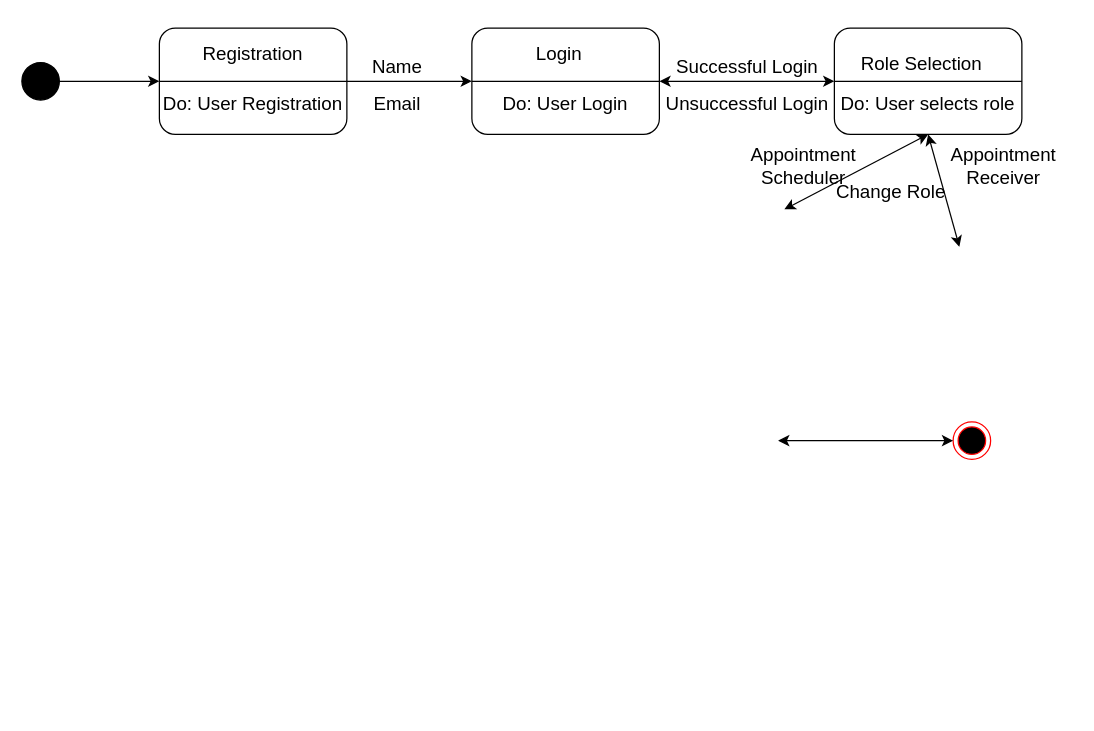
Earlier version of the draw.io diagram StateDiagram v1.drawio (Yash7200/CP-1). Source tidied: cells renumbered, new cells numbered last; positions are measured from the earlier drawing's top-left corner, leaving out a move shared by most shapes. Both pictures are drawn from the tidied source at 125%, with x=0, y=0 at pixel (21, 21).
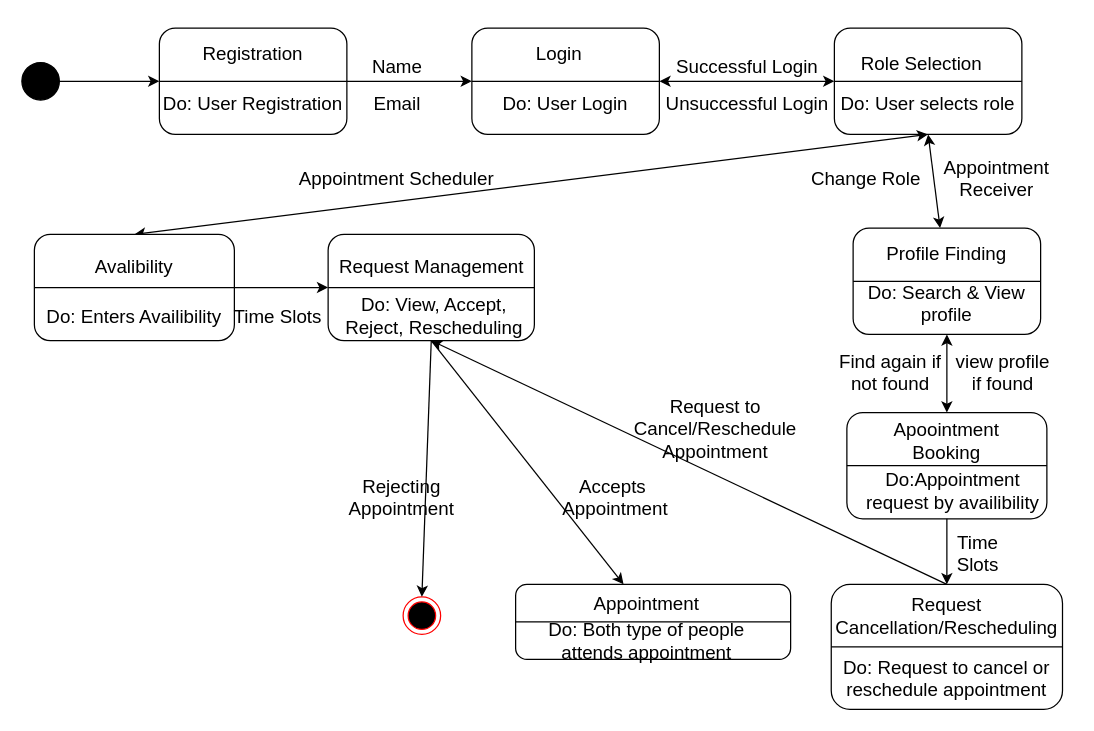
The same diagram, later.

Unchanged cells that the change refers to:
```xml
<mxCell id="18" style="rounded=1;whiteSpace=wrap;html=1;fontSize=12;fontColor=#000000;verticalAlign=top;" parent="1" vertex="1">
  <mxGeometry x="650" y="5" width="150" height="85" as="geometry" />
</mxCell>
```

What changed in the source:
```diff
@@
     <mxCell id="4" style="ellipse;html=1;shape=endState;fillColor=#000000;strokeColor=#ff0000;fontSize=12;fontColor=#000000;" parent="1" vertex="1">
-      <mxGeometry x="745" y="320" width="30" height="30" as="geometry" />
+      <mxGeometry x="305" y="460" width="30" height="30" as="geometry" />
     </mxCell>
-    <mxCell id="5" style="endArrow=classic;startArrow=classic;html=1;rounded=0;labelBorderColor=none;strokeColor=#000000;fontSize=12;fontColor=#000000;entryX=0;entryY=0.5;entryDx=0;entryDy=0;" parent="1" edge="1" target="4">
-      <mxGeometry relative="1" as="geometry">
-        <mxPoint x="605" y="335" as="sourcePoint" />
-      </mxGeometry>
-    </mxCell>
@@
-    <mxCell id="24" style="endArrow=classic;startArrow=classic;html=1;rounded=0;labelBorderColor=none;strokeColor=#000000;fontSize=12;fontColor=#000000;exitX=0.5;exitY=1;exitDx=0;exitDy=0;" parent="1" edge="1" source="18">
-      <mxGeometry relative="1" as="geometry">
-        <mxPoint x="750" y="180" as="targetPoint" />
-      </mxGeometry>
+    <mxCell id="24" style="endArrow=classic;startArrow=classic;html=1;rounded=0;labelBorderColor=none;strokeColor=#000000;fontSize=12;fontColor=#000000;exitX=0.5;exitY=1;exitDx=0;exitDy=0;" parent="1" edge="1" source="18" target="40">
+      <mxGeometry relative="1" as="geometry" />
     </mxCell>
-    <mxCell id="25" style="endArrow=classic;startArrow=classic;html=1;rounded=0;labelBorderColor=none;strokeColor=#000000;fontSize=12;fontColor=#000000;entryX=0.5;entryY=1;entryDx=0;entryDy=0;" parent="1" edge="1" target="18">
-      <mxGeometry relative="1" as="geometry">
-        <mxPoint x="610" y="150" as="sourcePoint" />
-      </mxGeometry>
+    <mxCell id="25" style="endArrow=classic;startArrow=classic;html=1;rounded=0;labelBorderColor=none;strokeColor=#000000;fontSize=12;fontColor=#000000;entryX=0.5;entryY=1;entryDx=0;entryDy=0;exitX=0.5;exitY=0;exitDx=0;exitDy=0;" parent="1" edge="1" source="29" target="18">
+      <mxGeometry relative="1" as="geometry" />
     </mxCell>
+    <mxCell id="27" value="Change Role" style="text;html=1;align=center;verticalAlign=middle;strokeColor=none;fillColor=none;fontSize=15;fontColor=#000000;" parent="1" vertex="1">
+      <mxGeometry x="620" y="110" width="110" height="30" as="geometry" />
+    </mxCell>
+    <mxCell id="29" style="rounded=1;whiteSpace=wrap;html=1;fontSize=12;fontColor=#000000;verticalAlign=top;" parent="1" vertex="1">
+      <mxGeometry x="10" y="170" width="160" height="85" as="geometry" />
+    </mxCell>
+    <mxCell id="30" style="endArrow=none;html=1;rounded=0;labelBorderColor=none;strokeColor=#000000;fontSize=15;fontColor=#000000;exitX=0;exitY=0.5;exitDx=0;exitDy=0;entryX=1;entryY=0.5;entryDx=0;entryDy=0;" parent="1" edge="1" source="29" target="29">
+      <mxGeometry relative="1" as="geometry" />
+    </mxCell>
+    <mxCell id="31" value="Do: Enters Availibility " style="text;html=1;strokeColor=none;fillColor=none;align=center;verticalAlign=middle;whiteSpace=wrap;rounded=0;fontSize=15;fontColor=#000000;" parent="1" vertex="1">
+      <mxGeometry x="15" y="220" width="150" height="30" as="geometry" />
+    </mxCell>
+    <mxCell id="32" value="Avalibility" style="text;html=1;strokeColor=none;fillColor=none;align=center;verticalAlign=middle;whiteSpace=wrap;rounded=0;fontSize=15;fontColor=#000000;" parent="1" vertex="1">
+      <mxGeometry x="60" y="180" width="60" height="30" as="geometry" />
+    </mxCell>
-    <mxCell id="26" value="&lt;div&gt;Appointment &lt;br&gt;&lt;/div&gt;&lt;div&gt;Scheduler&lt;br&gt;&lt;/div&gt;" style="text;html=1;align=center;verticalAlign=middle;strokeColor=none;fillColor=none;fontSize=15;fontColor=#000000;rotation=0;" parent="1" vertex="1">
-      <mxGeometry x="570" y="90" width="110" height="50" as="geometry" />
+    <mxCell id="26" value="&lt;div&gt;Appointment Scheduler&lt;br&gt;&lt;/div&gt;" style="text;html=1;strokeColor=none;fillColor=none;align=center;verticalAlign=middle;whiteSpace=wrap;rounded=0;fontSize=15;fontColor=#000000;" parent="1" vertex="1">
+      <mxGeometry x="185" y="110" width="230" height="30" as="geometry" />
     </mxCell>
-    <mxCell id="27" value="Change Role" style="text;html=1;align=center;verticalAlign=middle;strokeColor=none;fillColor=none;fontSize=15;fontColor=#000000;" parent="1" vertex="1">
-      <mxGeometry x="640" y="120" width="110" height="30" as="geometry" />
-    </mxCell>
-    <mxCell id="28" value="&lt;div&gt;Appointment &lt;br&gt;&lt;/div&gt;&lt;div&gt;Receiver&lt;br&gt;&lt;/div&gt;" style="text;html=1;align=center;verticalAlign=middle;strokeColor=none;fillColor=none;fontSize=15;fontColor=#000000;rotation=0;" parent="1" vertex="1">
-      <mxGeometry x="730" y="90" width="110" height="50" as="geometry" />
+    <mxCell id="28" value="&lt;div&gt;Appointment&lt;/div&gt;&lt;div&gt;Receiver&lt;/div&gt;" style="text;html=1;strokeColor=none;fillColor=none;align=center;verticalAlign=middle;whiteSpace=wrap;rounded=0;fontSize=15;fontColor=#000000;" parent="1" vertex="1">
+      <mxGeometry x="735" y="110" width="90" height="30" as="geometry" />
     </mxCell>
+    <mxCell id="33" style="endArrow=classic;html=1;rounded=0;labelBorderColor=none;strokeColor=#000000;fontSize=15;fontColor=#000000;exitX=1;exitY=0.5;exitDx=0;exitDy=0;entryX=0;entryY=0.5;entryDx=0;entryDy=0;" parent="1" edge="1" source="29" target="34">
+      <mxGeometry relative="1" as="geometry" />
+    </mxCell>
+    <mxCell id="34" style="rounded=1;whiteSpace=wrap;html=1;fontSize=12;fontColor=#000000;verticalAlign=top;" parent="1" vertex="1">
+      <mxGeometry x="245" y="170" width="165" height="85" as="geometry" />
+    </mxCell>
+    <mxCell id="35" style="endArrow=none;html=1;rounded=0;labelBorderColor=none;strokeColor=#000000;fontSize=15;fontColor=#000000;exitX=0;exitY=0.5;exitDx=0;exitDy=0;entryX=1;entryY=0.5;entryDx=0;entryDy=0;" parent="1" edge="1" source="34" target="34">
+      <mxGeometry relative="1" as="geometry" />
+    </mxCell>
+    <mxCell id="36" value="Time Slots" style="text;html=1;strokeColor=none;fillColor=none;align=center;verticalAlign=middle;whiteSpace=wrap;rounded=0;fontSize=15;fontColor=#000000;" parent="1" vertex="1">
+      <mxGeometry x="165" y="220" width="80" height="30" as="geometry" />
+    </mxCell>
+    <mxCell id="37" value="Request Management" style="text;html=1;strokeColor=none;fillColor=none;align=center;verticalAlign=middle;whiteSpace=wrap;rounded=0;fontSize=15;fontColor=#000000;" parent="1" vertex="1">
+      <mxGeometry x="252.5" y="180" width="150" height="30" as="geometry" />
+    </mxCell>
+    <mxCell id="38" value="Do: View, Accept, Reject, Rescheduling" style="text;html=1;strokeColor=none;fillColor=none;align=center;verticalAlign=middle;whiteSpace=wrap;rounded=0;fontSize=15;fontColor=#000000;" parent="1" vertex="1">
+      <mxGeometry x="255" y="220" width="150" height="30" as="geometry" />
+    </mxCell>
+    <mxCell id="39" value="&lt;div&gt;Rejecting&lt;/div&gt;&lt;div&gt;Appointment&lt;br&gt;&lt;/div&gt;" style="text;html=1;strokeColor=none;fillColor=none;align=center;verticalAlign=middle;whiteSpace=wrap;rounded=0;fontSize=15;fontColor=#000000;" parent="1" vertex="1">
+      <mxGeometry x="260" y="360" width="87.5" height="40" as="geometry" />
+    </mxCell>
+    <mxCell id="40" style="rounded=1;whiteSpace=wrap;html=1;strokeColor=default;fontSize=15;fontColor=#000000;fillColor=default;" parent="1" vertex="1">
+      <mxGeometry x="665" y="165" width="150" height="85" as="geometry" />
+    </mxCell>
+    <mxCell id="41" style="endArrow=none;html=1;rounded=0;labelBorderColor=none;strokeColor=#000000;fontSize=15;fontColor=#000000;entryX=1;entryY=0.5;entryDx=0;entryDy=0;exitX=0;exitY=0.5;exitDx=0;exitDy=0;" parent="1" edge="1" source="40" target="40">
+      <mxGeometry relative="1" as="geometry" />
+    </mxCell>
+    <mxCell id="42" value="Profile Finding" style="text;html=1;strokeColor=none;fillColor=none;align=center;verticalAlign=middle;whiteSpace=wrap;rounded=0;fontSize=15;fontColor=#000000;" parent="1" vertex="1">
+      <mxGeometry x="675" y="170" width="130" height="30" as="geometry" />
+    </mxCell>
+    <mxCell id="43" value="&lt;div&gt;Do: Search &amp;amp; View&lt;/div&gt;profile" style="text;html=1;strokeColor=none;fillColor=none;align=center;verticalAlign=middle;whiteSpace=wrap;rounded=0;fontSize=15;fontColor=#000000;" parent="1" vertex="1">
+      <mxGeometry x="670" y="210" width="140" height="30" as="geometry" />
+    </mxCell>
+    <mxCell id="44" style="rounded=1;whiteSpace=wrap;html=1;fontSize=12;fontColor=#000000;verticalAlign=top;" parent="1" vertex="1">
+      <mxGeometry x="660" y="312.5" width="160" height="85" as="geometry" />
+    </mxCell>
+    <mxCell id="45" style="endArrow=classic;startArrow=classic;html=1;rounded=0;labelBorderColor=none;strokeColor=#000000;fontSize=15;fontColor=#000000;entryX=0.5;entryY=1;entryDx=0;entryDy=0;exitX=0.5;exitY=0;exitDx=0;exitDy=0;" parent="1" edge="1" source="44" target="40">
+      <mxGeometry relative="1" as="geometry" />
+    </mxCell>
+    <mxCell id="46" style="endArrow=none;html=1;rounded=0;labelBorderColor=none;strokeColor=#000000;fontSize=15;fontColor=#000000;entryX=1;entryY=0.5;entryDx=0;entryDy=0;exitX=0;exitY=0.5;exitDx=0;exitDy=0;" parent="1" edge="1" source="44" target="44">
+      <mxGeometry relative="1" as="geometry" />
+    </mxCell>
+    <mxCell id="47" value="Apoointment Booking" style="text;html=1;strokeColor=none;fillColor=none;align=center;verticalAlign=middle;whiteSpace=wrap;rounded=0;fontSize=15;fontColor=#000000;" parent="1" vertex="1">
+      <mxGeometry x="675" y="320" width="130" height="30" as="geometry" />
+    </mxCell>
+    <mxCell id="48" value="view profile if found" style="text;html=1;strokeColor=none;fillColor=none;align=center;verticalAlign=middle;whiteSpace=wrap;rounded=0;fontSize=15;fontColor=#000000;" parent="1" vertex="1">
+      <mxGeometry x="745" y="260" width="80" height="40" as="geometry" />
+    </mxCell>
+    <mxCell id="49" value="Do:Appointment request by availibility" style="text;html=1;strokeColor=none;fillColor=none;align=center;verticalAlign=middle;whiteSpace=wrap;rounded=0;fontSize=15;fontColor=#000000;" parent="1" vertex="1">
+      <mxGeometry x="670" y="360" width="150" height="30" as="geometry" />
+    </mxCell>
+    <mxCell id="50" value="Find again if not found" style="text;html=1;strokeColor=none;fillColor=none;align=center;verticalAlign=middle;whiteSpace=wrap;rounded=0;fontSize=15;fontColor=#000000;" parent="1" vertex="1">
+      <mxGeometry x="650" y="265" width="90" height="30" as="geometry" />
+    </mxCell>
+    <mxCell id="51" style="rounded=1;whiteSpace=wrap;html=1;strokeColor=default;fontSize=15;fontColor=#000000;fillColor=default;" parent="1" vertex="1">
+      <mxGeometry x="647.5" y="450" width="185" height="100" as="geometry" />
+    </mxCell>
+    <mxCell id="52" value="Time Slots" style="text;html=1;strokeColor=none;fillColor=none;align=center;verticalAlign=middle;whiteSpace=wrap;rounded=0;fontSize=15;fontColor=#000000;" parent="1" vertex="1">
+      <mxGeometry x="735" y="410" width="60" height="30" as="geometry" />
+    </mxCell>
+    <mxCell id="53" style="endArrow=classic;html=1;rounded=0;labelBorderColor=none;strokeColor=#000000;fontSize=15;fontColor=#000000;entryX=0.5;entryY=0;entryDx=0;entryDy=0;exitX=0.5;exitY=1;exitDx=0;exitDy=0;" parent="1" edge="1" source="44" target="51">
+      <mxGeometry relative="1" as="geometry" />
+    </mxCell>
+    <mxCell id="54" style="endArrow=none;html=1;rounded=0;labelBorderColor=none;strokeColor=#000000;fontSize=15;fontColor=#000000;entryX=1;entryY=0.5;entryDx=0;entryDy=0;exitX=0;exitY=0.5;exitDx=0;exitDy=0;" parent="1" edge="1" source="51" target="51">
+      <mxGeometry relative="1" as="geometry" />
+    </mxCell>
+    <mxCell id="55" value="Request Cancellation/Rescheduling" style="text;html=1;strokeColor=none;fillColor=none;align=center;verticalAlign=middle;whiteSpace=wrap;rounded=0;fontSize=15;fontColor=#000000;" parent="1" vertex="1">
+      <mxGeometry x="650" y="460" width="180" height="30" as="geometry" />
+    </mxCell>
+    <mxCell id="56" style="endArrow=classic;html=1;rounded=0;labelBorderColor=none;strokeColor=#000000;fontSize=15;fontColor=#000000;exitX=0.5;exitY=0;exitDx=0;exitDy=0;entryX=0.5;entryY=1;entryDx=0;entryDy=0;" parent="1" edge="1" source="51" target="34">
+      <mxGeometry relative="1" as="geometry" />
+    </mxCell>
+    <mxCell id="57" style="endArrow=classic;html=1;rounded=0;labelBorderColor=none;strokeColor=#000000;fontSize=15;fontColor=#000000;exitX=0.5;exitY=1;exitDx=0;exitDy=0;entryX=0.5;entryY=0;entryDx=0;entryDy=0;" parent="1" edge="1" source="34" target="4">
+      <mxGeometry relative="1" as="geometry" />
+    </mxCell>
+    <mxCell id="58" value="Request to Cancel/Reschedule Appointment" style="text;html=1;strokeColor=none;fillColor=none;align=center;verticalAlign=middle;whiteSpace=wrap;rounded=0;fontSize=15;fontColor=#000000;" parent="1" vertex="1">
+      <mxGeometry x="475" y="280" width="160" height="90" as="geometry" />
+    </mxCell>
+    <mxCell id="59" value="Do: Request to cancel or reschedule appointment" style="text;html=1;strokeColor=none;fillColor=none;align=center;verticalAlign=middle;whiteSpace=wrap;rounded=0;fontSize=15;fontColor=#000000;" parent="1" vertex="1">
+      <mxGeometry x="655" y="510" width="170" height="30" as="geometry" />
+    </mxCell>
+    <mxCell id="60" style="rounded=1;whiteSpace=wrap;html=1;strokeColor=default;fontSize=15;fontColor=#000000;fillColor=default;" parent="1" vertex="1">
+      <mxGeometry x="395" y="450" width="220" height="60" as="geometry" />
+    </mxCell>
+    <mxCell id="61" style="endArrow=none;html=1;rounded=0;labelBorderColor=none;strokeColor=#000000;fontSize=15;fontColor=#000000;entryX=1;entryY=0.5;entryDx=0;entryDy=0;exitX=0;exitY=0.5;exitDx=0;exitDy=0;" parent="1" edge="1" source="60" target="60">
+      <mxGeometry relative="1" as="geometry" />
+    </mxCell>
+    <mxCell id="62" value="Appointment" style="text;html=1;strokeColor=none;fillColor=none;align=center;verticalAlign=middle;whiteSpace=wrap;rounded=0;fontSize=15;fontColor=#000000;" parent="1" vertex="1">
+      <mxGeometry x="450" y="450" width="100" height="30" as="geometry" />
+    </mxCell>
+    <mxCell id="63" value="Do: Both type of people attends appointment" style="text;html=1;strokeColor=none;fillColor=none;align=center;verticalAlign=middle;whiteSpace=wrap;rounded=0;fontSize=15;fontColor=#000000;" parent="1" vertex="1">
+      <mxGeometry x="395" y="480" width="210" height="30" as="geometry" />
+    </mxCell>
+    <mxCell id="64" style="endArrow=classic;html=1;rounded=0;labelBorderColor=none;strokeColor=#000000;fontSize=15;fontColor=#000000;exitX=0.5;exitY=1;exitDx=0;exitDy=0;" parent="1" edge="1" source="34" target="60">
+      <mxGeometry relative="1" as="geometry" />
+    </mxCell>
+    <mxCell id="65" value="Accepts&amp;nbsp; Appointment" style="text;html=1;strokeColor=none;fillColor=none;align=center;verticalAlign=middle;whiteSpace=wrap;rounded=0;fontSize=15;fontColor=#000000;" parent="1" vertex="1">
+      <mxGeometry x="425" y="365" width="100" height="30" as="geometry" />
+    </mxCell>
```
